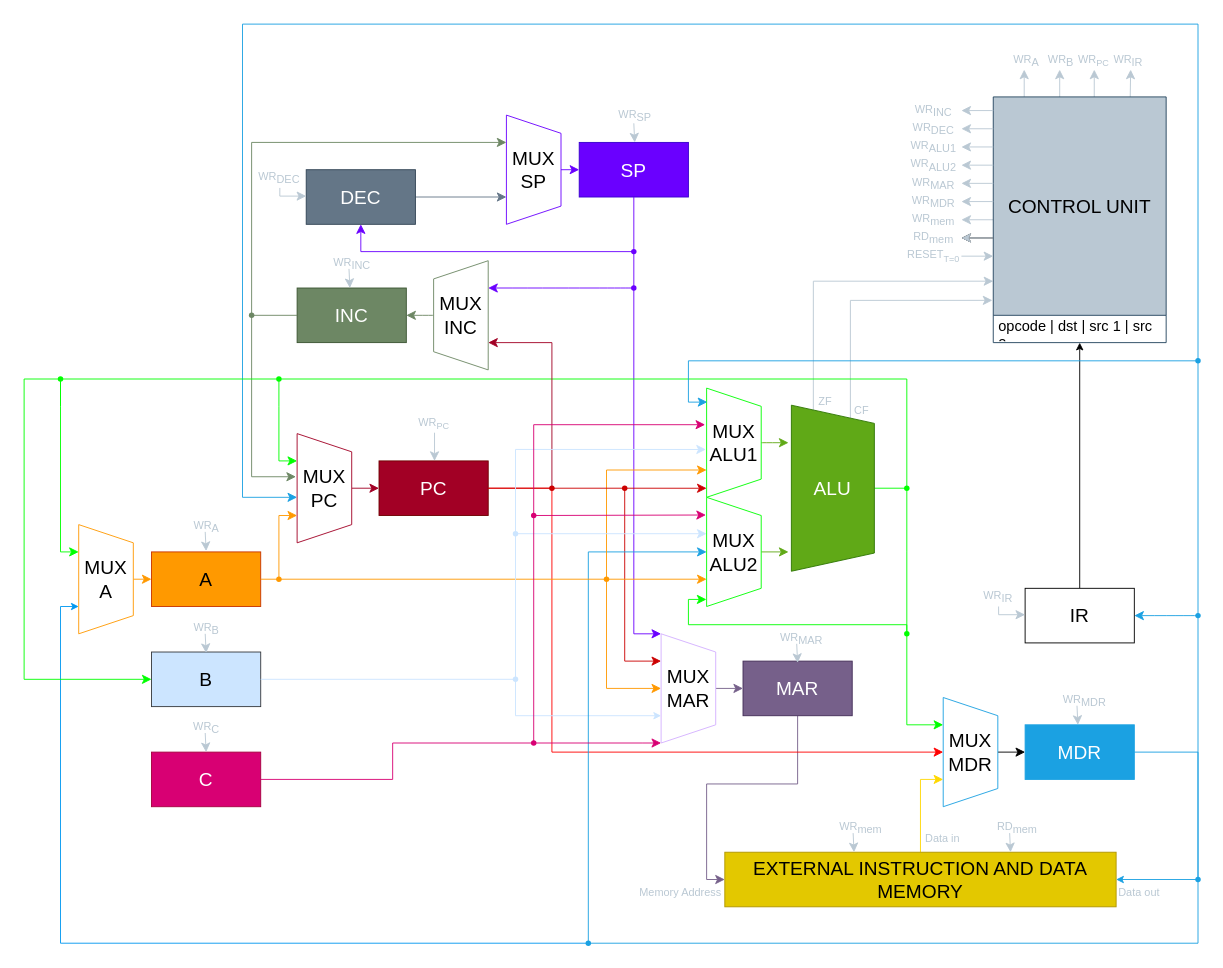
Before: Datapath.drawio in D-Gaspa/Datapath-for-simple-CPU, a draw.io diagram. Source tidied: cells renumbered, new cells numbered last; positions are measured from the earlier drawing's top-left corner, leaving out a move shared by most shapes. Both pictures are drawn from the tidied source at 91%, with x=0, y=0 at pixel (24, 24).
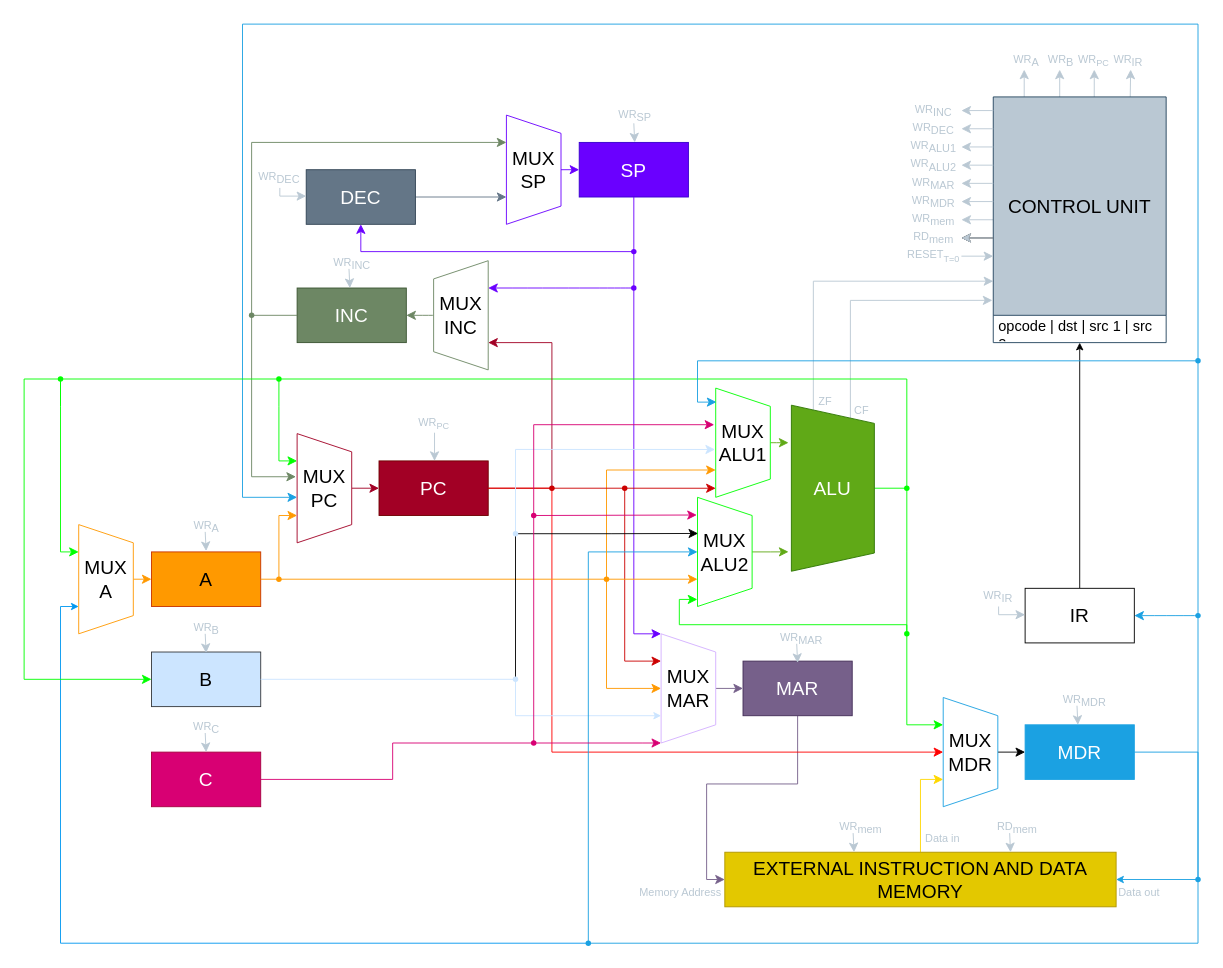
After the change.

The change refers to these unchanged cells:
```xml
<mxCell id="50" style="shape=waypoint;sketch=0;size=6;points=[];fillColor=#00FF00;perimeter=centerPerimeter;snapToPoint=1;fontFamily=Helvetica;fontSize=12;fontColor=#ffffff;strokeColor=#00FF00;" parent="1" vertex="1">
  <mxGeometry x="960" y="660" width="20" height="20" as="geometry" />
</mxCell>
<mxCell id="76" style="shape=waypoint;sketch=0;size=6;points=[];fillColor=none;perimeter=centerPerimeter;snapToPoint=1;fontFamily=Architects Daughter;fontSize=16;fontColor=default;strokeColor=#cce5ff;" parent="1" vertex="1">
  <mxGeometry x="530" y="710" width="20" height="20" as="geometry" />
</mxCell>
<mxCell id="88" style="shape=waypoint;sketch=0;size=6;points=[];fillColor=none;perimeter=centerPerimeter;snapToPoint=1;fontFamily=Architects Daughter;fontSize=16;fontColor=default;strokeColor=#cce5ff;" parent="1" vertex="1">
  <mxGeometry x="530" y="550" width="20" height="20" as="geometry" />
</mxCell>
```

Change to the diagram source:
```diff
@@
     <mxCell id="49" style="edgeStyle=orthogonalEdgeStyle;shape=connector;rounded=0;hachureGap=4;jettySize=auto;html=1;entryX=0.935;entryY=1.003;entryDx=0;entryDy=0;entryPerimeter=0;labelBackgroundColor=default;strokeColor=#00FF00;fontFamily=Architects Daughter;fontSize=16;fontColor=default;endArrow=classic;startSize=8;endSize=8;" parent="1" edge="1" source="50" target="66">
       <mxGeometry relative="1" as="geometry">
         <Array as="points">
           <mxPoint x="970" y="660" />
-          <mxPoint x="730" y="660" />
-          <mxPoint x="730" y="632" />
+          <mxPoint x="720" y="660" />
+          <mxPoint x="720" y="632" />
         </Array>
       </mxGeometry>
     </mxCell>
@@
     <mxCell id="64" value="&lt;font style=&quot;font-size: 21px;&quot; face=&quot;Cambria&quot;&gt;MUX&lt;br&gt;ALU1&lt;br&gt;&lt;/font&gt;" style="shape=trapezoid;perimeter=trapezoidPerimeter;whiteSpace=wrap;html=1;fixedSize=1;fontFamily=Helvetica;fontSize=12;fontColor=default;rotation=90;horizontal=0;strokeColor=#00FF00;" parent="1" vertex="1">
-      <mxGeometry x="720" y="430" width="120" height="60" as="geometry" />
+      <mxGeometry x="730" y="430" width="120" height="60" as="geometry" />
     </mxCell>
@@
     <mxCell id="66" value="&lt;font style=&quot;font-size: 21px;&quot; face=&quot;Cambria&quot;&gt;MUX&lt;br&gt;ALU2&lt;br&gt;&lt;/font&gt;" style="shape=trapezoid;perimeter=trapezoidPerimeter;whiteSpace=wrap;html=1;fixedSize=1;fontFamily=Helvetica;fontSize=12;fontColor=default;rotation=90;horizontal=0;strokeColor=#00FF00;" parent="1" vertex="1">
-      <mxGeometry x="720" y="550" width="120" height="60" as="geometry" />
+      <mxGeometry x="710" y="550" width="120" height="60" as="geometry" />
     </mxCell>
@@
-    <mxCell id="75" style="edgeStyle=orthogonalEdgeStyle;shape=connector;rounded=0;hachureGap=4;jettySize=auto;html=1;labelBackgroundColor=default;strokeColor=#cce5ff;fontFamily=Architects Daughter;fontSize=16;fontColor=default;endArrow=classic;startSize=8;endSize=8;" parent="1" edge="1" source="76">
-      <mxGeometry relative="1" as="geometry">
-        <mxPoint x="750" y="560" as="targetPoint" />
-        <Array as="points">
-          <mxPoint x="540" y="560" />
-          <mxPoint x="750" y="560" />
-        </Array>
-      </mxGeometry>
-    </mxCell>
+    <mxCell id="157" style="edgeStyle=orthogonalEdgeStyle;shape=connector;rounded=0;jettySize=auto;html=1;entryX=0.686;entryY=0.705;entryDx=0;entryDy=0;entryPerimeter=0;labelBackgroundColor=default;strokeColor=default;fontFamily=Helvetica;fontSize=12;fontColor=default;endArrow=none;startSize=8;endSize=8;endFill=0;" parent="1" edge="1" source="76" target="88">
+      <mxGeometry relative="1" as="geometry" />
+    </mxCell>
@@
+    <mxCell id="158" style="edgeStyle=orthogonalEdgeStyle;shape=connector;rounded=0;jettySize=auto;html=1;entryX=0.331;entryY=0.989;entryDx=0;entryDy=0;entryPerimeter=0;labelBackgroundColor=default;strokeColor=default;fontFamily=Helvetica;fontSize=12;fontColor=default;endArrow=classic;startSize=8;endSize=8;" parent="1" edge="1" source="88" target="66">
+      <mxGeometry relative="1" as="geometry" />
+    </mxCell>
```
